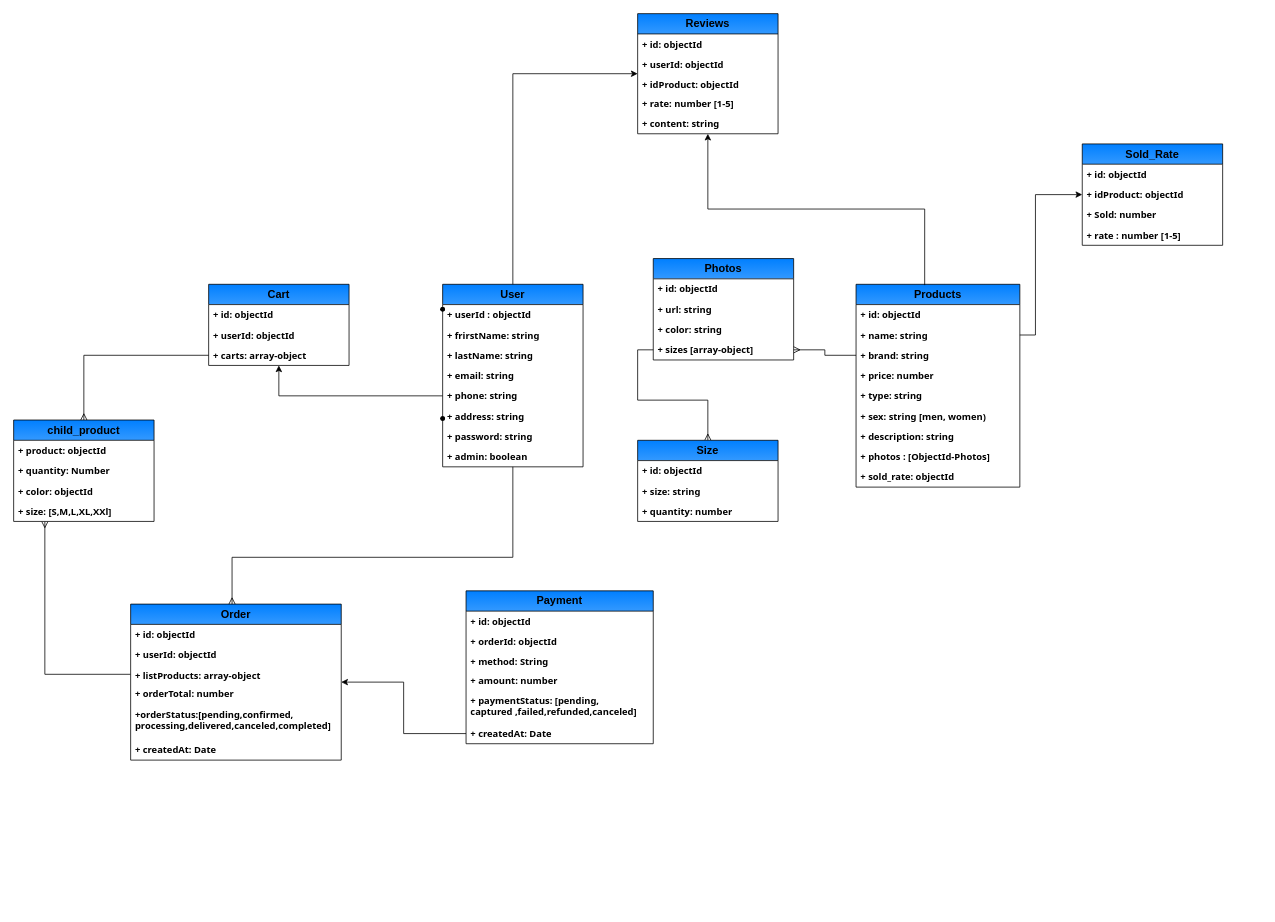
Earlier version of the draw.io diagram Biểu đồ không có tiêu đề.drawio (Baodt2911/FASCO). Source tidied: cells renumbered, new cells numbered last; positions are measured from the earlier drawing's top-left corner, leaving out a move shared by most shapes. Both pictures are drawn from the tidied source at 78%, with x=0, y=0 at pixel (13, 13).
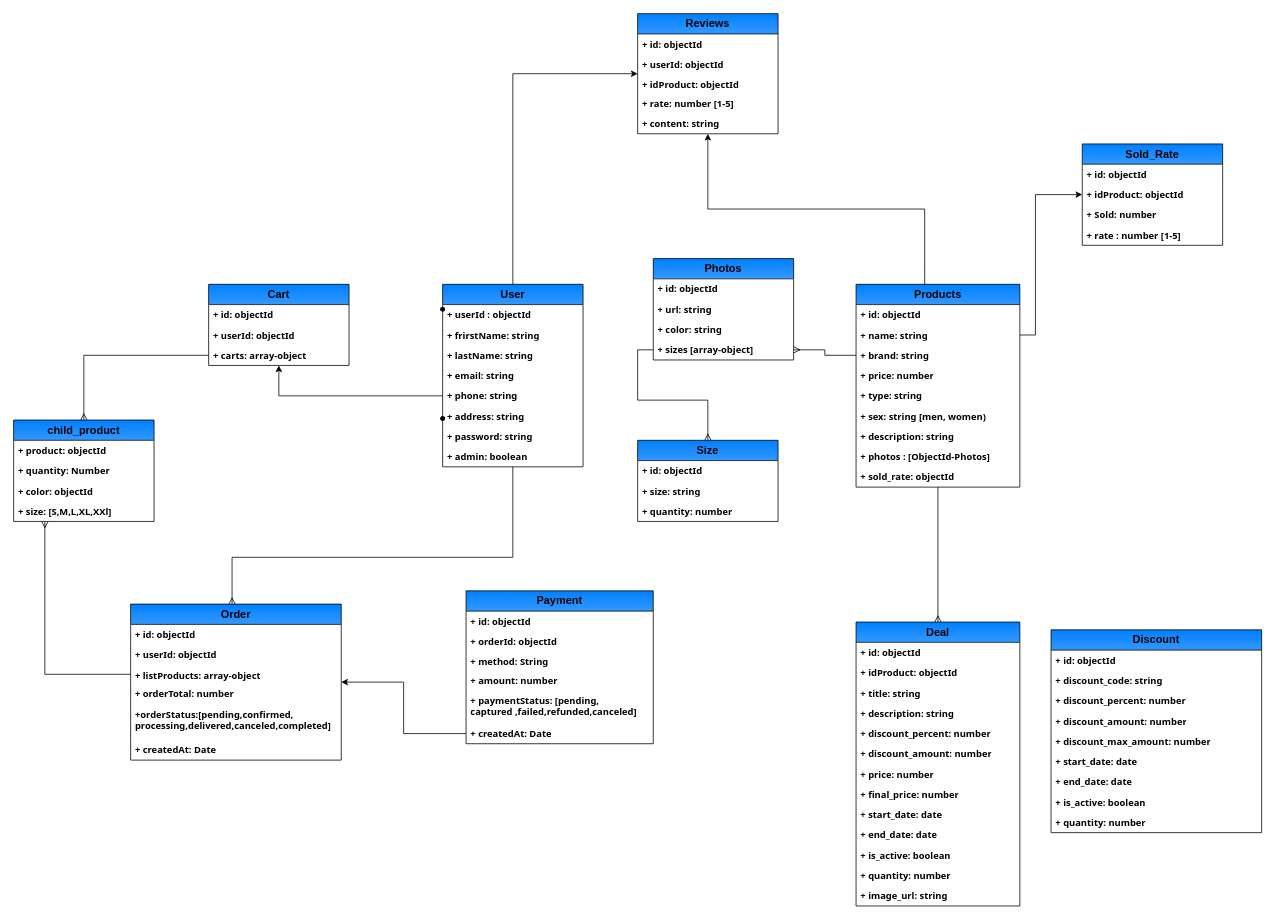
Above is the later version.

Unchanged cells that the change refers to:
```xml
<mxCell id="16" value="Products" style="swimlane;fontStyle=1;horizontal=1;startSize=26;fillColor=#007FFF;whiteSpace=wrap;html=1;rounded=0;glass=0;shadow=0;swimlaneFillColor=default;gradientColor=#3399FF;fontSize=14;arcSize=50;" parent="1" vertex="1">
  <mxGeometry x="1080" y="347" width="210" height="260" as="geometry" />
</mxCell>
```

Diff of the diagram source:
```diff
@@
+    <mxCell id="78" value="Deal" style="swimlane;fontStyle=1;horizontal=1;startSize=26;fillColor=#007FFF;whiteSpace=wrap;html=1;rounded=0;glass=0;shadow=0;swimlaneFillColor=default;gradientColor=#3399FF;fontSize=14;arcSize=50;" parent="1" vertex="1">
+      <mxGeometry x="1080" y="780" width="210" height="364" as="geometry" />
+    </mxCell>
+    <mxCell id="79" value="+ id: objectId" style="text;strokeColor=none;fillColor=none;align=left;verticalAlign=top;spacingLeft=4;spacingRight=4;overflow=hidden;whiteSpace=wrap;html=1;fontSize=12;fontStyle=1;fontFamily=Tahoma;" parent="78" vertex="1">
+      <mxGeometry y="26" width="210" height="26" as="geometry" />
+    </mxCell>
+    <mxCell id="80" value="+ idProduct: objectId" style="text;strokeColor=none;fillColor=none;align=left;verticalAlign=top;spacingLeft=4;spacingRight=4;overflow=hidden;whiteSpace=wrap;html=1;fontFamily=Tahoma;fontStyle=1;" parent="78" vertex="1">
+      <mxGeometry y="52" width="210" height="26" as="geometry" />
+    </mxCell>
+    <mxCell id="81" value="+ title: string" style="text;strokeColor=none;fillColor=none;align=left;verticalAlign=top;spacingLeft=4;spacingRight=4;overflow=hidden;whiteSpace=wrap;html=1;fontFamily=Tahoma;fontStyle=1;" parent="78" vertex="1">
+      <mxGeometry y="78" width="210" height="26" as="geometry" />
+    </mxCell>
+    <mxCell id="82" value="+ description: string" style="text;strokeColor=none;fillColor=none;align=left;verticalAlign=top;spacingLeft=4;spacingRight=4;overflow=hidden;whiteSpace=wrap;html=1;fontFamily=Tahoma;fontStyle=1;" parent="78" vertex="1">
+      <mxGeometry y="104" width="210" height="26" as="geometry" />
+    </mxCell>
+    <mxCell id="83" value="+ discount_percent: number" style="text;strokeColor=none;fillColor=none;align=left;verticalAlign=top;spacingLeft=4;spacingRight=4;overflow=hidden;whiteSpace=wrap;html=1;fontFamily=Tahoma;fontStyle=1;" parent="78" vertex="1">
+      <mxGeometry y="130" width="210" height="26" as="geometry" />
+    </mxCell>
+    <mxCell id="84" value="+&amp;nbsp;&lt;strong&gt;discount_amount: number&lt;/strong&gt;" style="text;strokeColor=none;fillColor=none;align=left;verticalAlign=top;spacingLeft=4;spacingRight=4;overflow=hidden;whiteSpace=wrap;html=1;fontFamily=Tahoma;fontStyle=1;" parent="78" vertex="1">
+      <mxGeometry y="156" width="210" height="26" as="geometry" />
+    </mxCell>
+    <mxCell id="85" value="+&amp;nbsp;&lt;strong&gt;price: number&lt;/strong&gt;" style="text;strokeColor=none;fillColor=none;align=left;verticalAlign=top;spacingLeft=4;spacingRight=4;overflow=hidden;whiteSpace=wrap;html=1;fontFamily=Tahoma;fontStyle=1;" parent="78" vertex="1">
+      <mxGeometry y="182" width="210" height="26" as="geometry" />
+    </mxCell>
+    <mxCell id="86" value="+&amp;nbsp;final_price: number" style="text;strokeColor=none;fillColor=none;align=left;verticalAlign=top;spacingLeft=4;spacingRight=4;overflow=hidden;whiteSpace=wrap;html=1;fontFamily=Tahoma;fontStyle=1;" parent="78" vertex="1">
+      <mxGeometry y="208" width="210" height="26" as="geometry" />
+    </mxCell>
+    <mxCell id="87" value="+&amp;nbsp;start_date: date" style="text;strokeColor=none;fillColor=none;align=left;verticalAlign=top;spacingLeft=4;spacingRight=4;overflow=hidden;whiteSpace=wrap;html=1;fontFamily=Tahoma;fontStyle=1;" parent="78" vertex="1">
+      <mxGeometry y="234" width="210" height="26" as="geometry" />
+    </mxCell>
+    <mxCell id="88" value="+&amp;nbsp;end_date: date" style="text;strokeColor=none;fillColor=none;align=left;verticalAlign=top;spacingLeft=4;spacingRight=4;overflow=hidden;whiteSpace=wrap;html=1;fontFamily=Tahoma;fontStyle=1;" parent="78" vertex="1">
+      <mxGeometry y="260" width="210" height="26" as="geometry" />
+    </mxCell>
+    <mxCell id="89" value="+&amp;nbsp;&lt;strong&gt;is_active: boolean&lt;/strong&gt;" style="text;strokeColor=none;fillColor=none;align=left;verticalAlign=top;spacingLeft=4;spacingRight=4;overflow=hidden;whiteSpace=wrap;html=1;fontFamily=Tahoma;fontStyle=1;" parent="78" vertex="1">
+      <mxGeometry y="286" width="210" height="26" as="geometry" />
+    </mxCell>
+    <mxCell id="90" value="+&amp;nbsp;&lt;strong&gt;quantity: number&lt;/strong&gt;" style="text;strokeColor=none;fillColor=none;align=left;verticalAlign=top;spacingLeft=4;spacingRight=4;overflow=hidden;whiteSpace=wrap;html=1;fontFamily=Tahoma;fontStyle=1;" parent="78" vertex="1">
+      <mxGeometry y="312" width="210" height="26" as="geometry" />
+    </mxCell>
+    <mxCell id="91" value="+&amp;nbsp;&lt;strong&gt;image_url: string&lt;/strong&gt;" style="text;strokeColor=none;fillColor=none;align=left;verticalAlign=top;spacingLeft=4;spacingRight=4;overflow=hidden;whiteSpace=wrap;html=1;fontFamily=Tahoma;fontStyle=1;" parent="78" vertex="1">
+      <mxGeometry y="338" width="210" height="26" as="geometry" />
+    </mxCell>
+    <mxCell id="92" style="endArrow=none;html=1;endFill=0;startArrow=ERmany;startFill=0;" parent="1" edge="1" source="78" target="16">
+      <mxGeometry relative="1" as="geometry" />
+    </mxCell>
+    <mxCell id="93" value="Discount" style="swimlane;fontStyle=1;horizontal=1;startSize=26;fillColor=#007FFF;whiteSpace=wrap;html=1;rounded=0;glass=0;shadow=0;swimlaneFillColor=default;gradientColor=#3399FF;fontSize=14;arcSize=50;" parent="1" vertex="1">
+      <mxGeometry x="1330" y="790" width="270" height="260" as="geometry" />
+    </mxCell>
+    <mxCell id="94" value="+ id: objectId" style="text;strokeColor=none;fillColor=none;align=left;verticalAlign=top;spacingLeft=4;spacingRight=4;overflow=hidden;whiteSpace=wrap;html=1;fontSize=12;fontStyle=1;fontFamily=Tahoma;" parent="93" vertex="1">
+      <mxGeometry y="26" width="270" height="26" as="geometry" />
+    </mxCell>
+    <mxCell id="95" value="+ discount_code: string" style="text;strokeColor=none;fillColor=none;align=left;verticalAlign=top;spacingLeft=4;spacingRight=4;overflow=hidden;whiteSpace=wrap;html=1;fontFamily=Tahoma;fontStyle=1;" parent="93" vertex="1">
+      <mxGeometry y="52" width="270" height="26" as="geometry" />
+    </mxCell>
+    <mxCell id="96" value="+ discount_percent: number&lt;br&gt;" style="text;strokeColor=none;fillColor=none;align=left;verticalAlign=top;spacingLeft=4;spacingRight=4;overflow=hidden;whiteSpace=wrap;html=1;fontFamily=Tahoma;fontStyle=1;" parent="93" vertex="1">
+      <mxGeometry y="78" width="270" height="26" as="geometry" />
+    </mxCell>
+    <mxCell id="97" value="+&amp;nbsp;&lt;strong&gt;discount_amount: number&lt;/strong&gt;" style="text;strokeColor=none;fillColor=none;align=left;verticalAlign=top;spacingLeft=4;spacingRight=4;overflow=hidden;whiteSpace=wrap;html=1;fontFamily=Tahoma;fontStyle=1;" parent="93" vertex="1">
+      <mxGeometry y="104" width="270" height="26" as="geometry" />
+    </mxCell>
+    <mxCell id="98" value="+ discount_max_amount: number" style="text;strokeColor=none;fillColor=none;align=left;verticalAlign=top;spacingLeft=4;spacingRight=4;overflow=hidden;whiteSpace=wrap;html=1;fontFamily=Tahoma;fontStyle=1;" parent="93" vertex="1">
+      <mxGeometry y="130" width="270" height="26" as="geometry" />
+    </mxCell>
+    <mxCell id="99" value="+&amp;nbsp;start_date: date" style="text;strokeColor=none;fillColor=none;align=left;verticalAlign=top;spacingLeft=4;spacingRight=4;overflow=hidden;whiteSpace=wrap;html=1;fontFamily=Tahoma;fontStyle=1;" parent="93" vertex="1">
+      <mxGeometry y="156" width="270" height="26" as="geometry" />
+    </mxCell>
+    <mxCell id="100" value="+&amp;nbsp;end_date: date" style="text;strokeColor=none;fillColor=none;align=left;verticalAlign=top;spacingLeft=4;spacingRight=4;overflow=hidden;whiteSpace=wrap;html=1;fontFamily=Tahoma;fontStyle=1;" parent="93" vertex="1">
+      <mxGeometry y="182" width="270" height="26" as="geometry" />
+    </mxCell>
+    <mxCell id="101" value="+&amp;nbsp;&lt;strong&gt;is_active: boolean&lt;/strong&gt;" style="text;strokeColor=none;fillColor=none;align=left;verticalAlign=top;spacingLeft=4;spacingRight=4;overflow=hidden;whiteSpace=wrap;html=1;fontFamily=Tahoma;fontStyle=1;" parent="93" vertex="1">
+      <mxGeometry y="208" width="270" height="26" as="geometry" />
+    </mxCell>
+    <mxCell id="102" value="+&amp;nbsp;&lt;strong&gt;quantity: number&lt;/strong&gt;" style="text;strokeColor=none;fillColor=none;align=left;verticalAlign=top;spacingLeft=4;spacingRight=4;overflow=hidden;whiteSpace=wrap;html=1;fontFamily=Tahoma;fontStyle=1;" parent="93" vertex="1">
+      <mxGeometry y="234" width="270" height="26" as="geometry" />
+    </mxCell>
```
